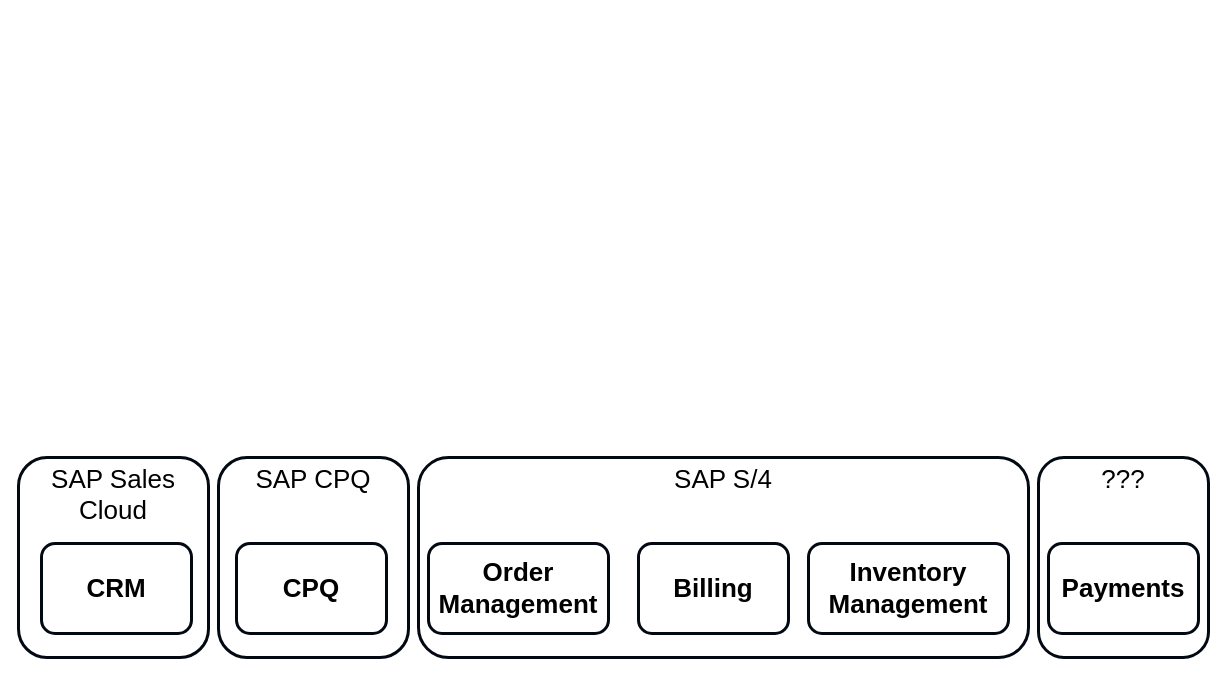
mrf742002/Diagrams keeps this draw.io diagram as page "Multi-App" (9 of 13) of Sales Frontend Strategy.drawio. Above is the earlier version. Source tidied: cells renumbered, new cells numbered last; positions are measured from the earlier drawing's top-left corner, leaving out a move shared by most shapes. Both pictures are drawn from the tidied source at 100%, with x=0, y=0 at pixel (18, 457).
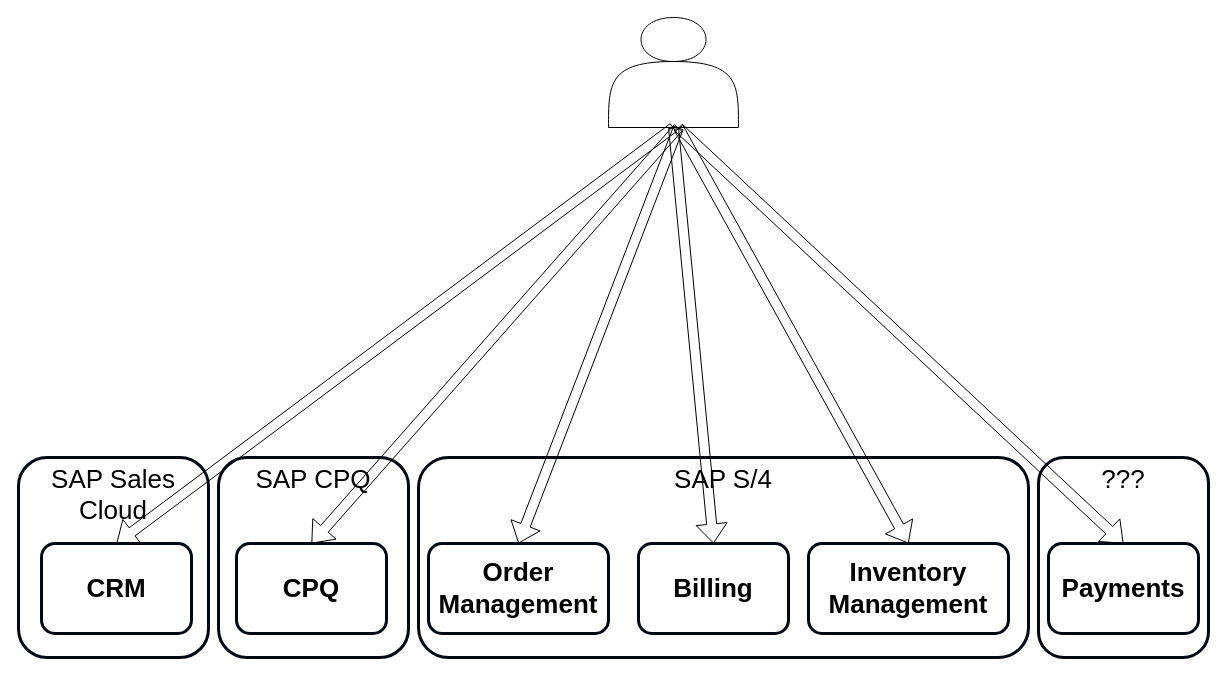
The same diagram, later.

Unchanged cells that the change refers to:
```xml
<mxCell id="6" value="&lt;b style=&quot;font-size: 26px&quot;&gt;CPQ&lt;br style=&quot;font-size: 26px&quot;&gt;&lt;/b&gt;" style="rounded=1;whiteSpace=wrap;html=1;verticalAlign=middle;strokeWidth=3;strokeColor=#020912;fontSize=26;" parent="1" vertex="1">
  <mxGeometry x="218" y="86" width="150" height="90" as="geometry" />
</mxCell>
<mxCell id="7" value="&lt;b style=&quot;font-size: 26px&quot;&gt;Billing&lt;br style=&quot;font-size: 26px&quot;&gt;&lt;/b&gt;" style="rounded=1;whiteSpace=wrap;html=1;verticalAlign=middle;strokeWidth=3;strokeColor=#020912;fontSize=26;" parent="1" vertex="1">
  <mxGeometry x="620" y="86" width="150" height="90" as="geometry" />
</mxCell>
<mxCell id="8" value="&lt;b style=&quot;font-size: 26px&quot;&gt;Inventory Management&lt;br style=&quot;font-size: 26px&quot;&gt;&lt;/b&gt;" style="rounded=1;whiteSpace=wrap;html=1;verticalAlign=middle;strokeWidth=3;strokeColor=#020912;fontSize=26;" parent="1" vertex="1">
  <mxGeometry x="790" y="86" width="200" height="90" as="geometry" />
</mxCell>
<mxCell id="9" value="&lt;b style=&quot;font-size: 26px&quot;&gt;CRM&lt;br style=&quot;font-size: 26px&quot;&gt;&lt;/b&gt;" style="rounded=1;whiteSpace=wrap;html=1;verticalAlign=middle;strokeWidth=3;strokeColor=#020912;fontSize=26;" parent="1" vertex="1">
  <mxGeometry x="23" y="86" width="150" height="90" as="geometry" />
</mxCell>
<mxCell id="10" value="&lt;b style=&quot;font-size: 26px&quot;&gt;Order Management&lt;br style=&quot;font-size: 26px&quot;&gt;&lt;/b&gt;" style="rounded=1;whiteSpace=wrap;html=1;verticalAlign=middle;strokeWidth=3;strokeColor=#020912;fontSize=26;" parent="1" vertex="1">
  <mxGeometry x="410" y="86" width="180" height="90" as="geometry" />
</mxCell>
<mxCell id="11" value="&lt;b style=&quot;font-size: 26px&quot;&gt;Payments&lt;br style=&quot;font-size: 26px&quot;&gt;&lt;/b&gt;" style="rounded=1;whiteSpace=wrap;html=1;verticalAlign=middle;strokeWidth=3;strokeColor=#020912;fontSize=26;" parent="1" vertex="1">
  <mxGeometry x="1030" y="86" width="150" height="90" as="geometry" />
</mxCell>
```

What changed in the source:
```diff
@@
+    <mxCell id="12" style="shape=actor;whiteSpace=wrap;html=1;" parent="1" vertex="1">
+      <mxGeometry x="590" y="-440" width="130" height="110" as="geometry" />
+    </mxCell>
+    <mxCell id="13" style="shape=flexArrow;endArrow=classic;html=1;fontSize=26;exitX=0.5;exitY=1;exitDx=0;exitDy=0;entryX=0.5;entryY=0;entryDx=0;entryDy=0;" parent="1" edge="1" source="12" target="9">
+      <mxGeometry relative="1" as="geometry" />
+    </mxCell>
+    <mxCell id="14" style="shape=flexArrow;endArrow=classic;html=1;fontSize=26;entryX=0.5;entryY=0;entryDx=0;entryDy=0;" parent="1" edge="1" target="6">
+      <mxGeometry relative="1" as="geometry">
+        <mxPoint x="660" y="-330" as="sourcePoint" />
+      </mxGeometry>
+    </mxCell>
+    <mxCell id="15" style="shape=flexArrow;endArrow=classic;html=1;fontSize=26;entryX=0.5;entryY=0;entryDx=0;entryDy=0;" parent="1" edge="1" target="10">
+      <mxGeometry relative="1" as="geometry">
+        <mxPoint x="660" y="-330" as="sourcePoint" />
+      </mxGeometry>
+    </mxCell>
+    <mxCell id="16" style="shape=flexArrow;endArrow=classic;html=1;fontSize=26;entryX=0.5;entryY=0;entryDx=0;entryDy=0;exitX=0.5;exitY=1;exitDx=0;exitDy=0;" parent="1" edge="1" source="12" target="7">
+      <mxGeometry relative="1" as="geometry" />
+    </mxCell>
+    <mxCell id="17" style="shape=flexArrow;endArrow=classic;html=1;fontSize=26;entryX=0.5;entryY=0;entryDx=0;entryDy=0;" parent="1" edge="1" target="8">
+      <mxGeometry relative="1" as="geometry">
+        <mxPoint x="660" y="-330" as="sourcePoint" />
+      </mxGeometry>
+    </mxCell>
+    <mxCell id="18" style="shape=flexArrow;endArrow=classic;html=1;fontSize=26;entryX=0.5;entryY=0;entryDx=0;entryDy=0;" parent="1" edge="1" target="11">
+      <mxGeometry relative="1" as="geometry">
+        <mxPoint x="660" y="-330" as="sourcePoint" />
+      </mxGeometry>
+    </mxCell>
```
